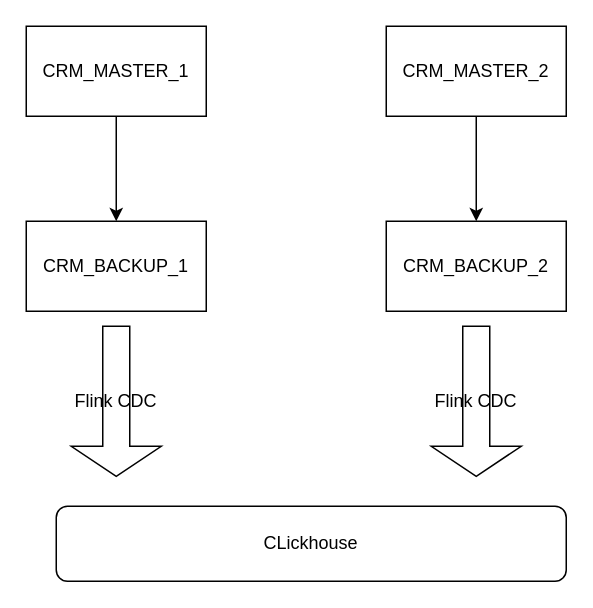
This is wiz/MYSQL扩容改造.drawio from smileLuckBoy/drowio, a draw.io file, before an edit. Source tidied: cells renumbered, new cells numbered last; positions are measured from the earlier drawing's top-left corner, leaving out a move shared by most shapes. Both pictures are drawn from the tidied source at 150%, with x=0, y=0 at pixel (26, 26).
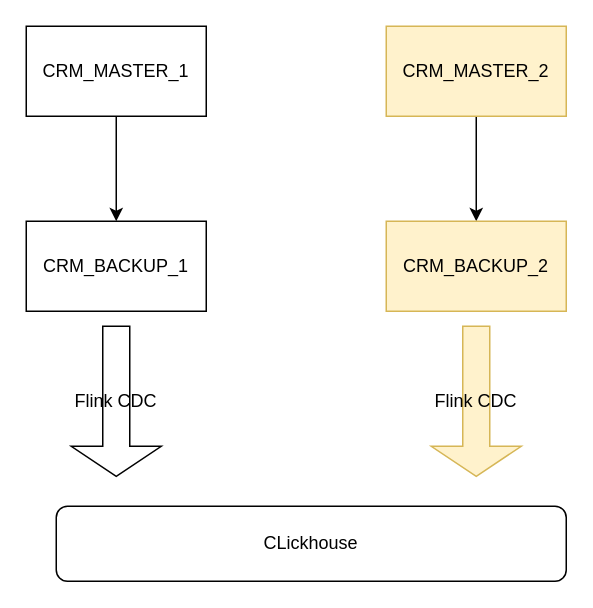
The same diagram, later.

Commit message (it also covers changes not shown here):
更新MYSQL扩容改造.drawio

What changed in the source:
```diff
@@
 <mxGraphModel>
   <root>
     <mxCell id="0" />
     <mxCell id="1" parent="0" />
     <mxCell id="2" style="edgeStyle=orthogonalEdgeStyle;rounded=0;orthogonalLoop=1;jettySize=auto;html=1;exitX=0.5;exitY=0.975;exitDx=0;exitDy=0;exitPerimeter=0;" parent="1" edge="1">
       <mxGeometry relative="1" as="geometry">
         <mxPoint x="60" y="8" as="sourcePoint" />
       </mxGeometry>
     </mxCell>
     <mxCell id="3" style="edgeStyle=orthogonalEdgeStyle;rounded=0;orthogonalLoop=1;jettySize=auto;html=1;exitX=0.5;exitY=0.975;exitDx=0;exitDy=0;exitPerimeter=0;" parent="1" edge="1">
       <mxGeometry relative="1" as="geometry">
         <mxPoint x="300" y="110" as="targetPoint" />
       </mxGeometry>
     </mxCell>
     <mxCell id="4" value="CLickhouse" style="rounded=1;whiteSpace=wrap;html=1;" parent="1" vertex="1">
       <mxGeometry x="20" y="320" width="340" height="50" as="geometry" />
     </mxCell>
     <mxCell id="5" value="Flink CDC" style="shape=singleArrow;direction=south;whiteSpace=wrap;html=1;" parent="1" vertex="1">
       <mxGeometry x="30" y="200" width="60" height="100" as="geometry" />
     </mxCell>
-    <mxCell id="6" value="Flink CDC" style="shape=singleArrow;direction=south;whiteSpace=wrap;html=1;" parent="1" vertex="1">
+    <mxCell id="6" value="Flink CDC" style="shape=singleArrow;direction=south;whiteSpace=wrap;html=1;fillColor=#fff2cc;strokeColor=#d6b656;" parent="1" vertex="1">
       <mxGeometry x="270" y="200" width="60" height="100" as="geometry" />
     </mxCell>
     <mxCell id="7" style="edgeStyle=orthogonalEdgeStyle;rounded=0;jettySize=auto;html=1;exitX=0.5;exitY=1;exitDx=0;exitDy=0;entryX=0.5;entryY=0;entryDx=0;entryDy=0;" parent="1" edge="1" source="8" target="12">
       <mxGeometry relative="1" as="geometry" />
     </mxCell>
     <mxCell id="8" value="CRM_MASTER_1" style="rounded=0;whiteSpace=wrap;html=1;" parent="1" vertex="1">
       <mxGeometry width="120" height="60" as="geometry" />
     </mxCell>
     <mxCell id="9" style="edgeStyle=orthogonalEdgeStyle;rounded=0;jettySize=auto;html=1;exitX=0.5;exitY=1;exitDx=0;exitDy=0;entryX=0.5;entryY=0;entryDx=0;entryDy=0;" parent="1" edge="1" source="10" target="11">
       <mxGeometry relative="1" as="geometry" />
     </mxCell>
-    <mxCell id="10" value="CRM_MASTER_2" style="rounded=0;whiteSpace=wrap;html=1;" parent="1" vertex="1">
+    <mxCell id="10" value="CRM_MASTER_2" style="rounded=0;whiteSpace=wrap;html=1;fillColor=#fff2cc;strokeColor=#d6b656;" parent="1" vertex="1">
       <mxGeometry x="240" width="120" height="60" as="geometry" />
     </mxCell>
-    <mxCell id="11" value="CRM_BACKUP_2" style="rounded=0;whiteSpace=wrap;html=1;" parent="1" vertex="1">
+    <mxCell id="11" value="CRM_BACKUP_2" style="rounded=0;whiteSpace=wrap;html=1;fillColor=#fff2cc;strokeColor=#d6b656;" parent="1" vertex="1">
       <mxGeometry x="240" y="130" width="120" height="60" as="geometry" />
     </mxCell>
     <mxCell id="12" value="CRM_BACKUP_1" style="rounded=0;whiteSpace=wrap;html=1;" parent="1" vertex="1">
       <mxGeometry y="130" width="120" height="60" as="geometry" />
     </mxCell>
   </root>
 </mxGraphModel>
```
